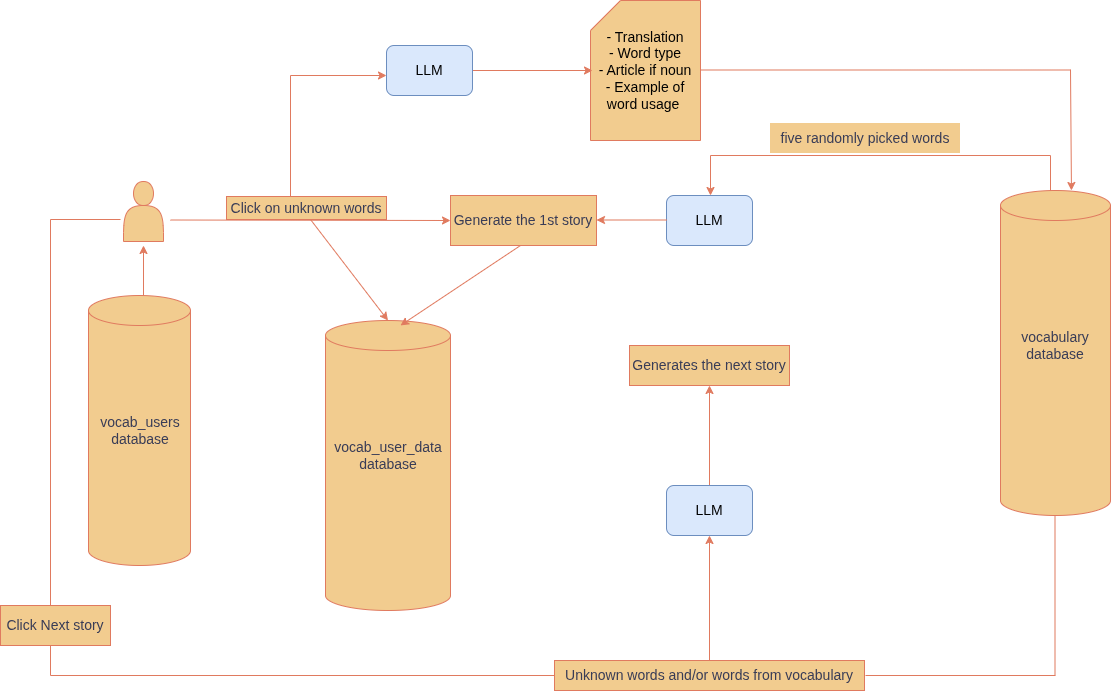
Above: assets/architektur.png in maly-phy/ki-generierte-geschichten-zum-sprache-lernen (draw.io), before the change. Source tidied: cells renumbered, new cells last; positions are measured from the earlier drawing's top-left corner, leaving out a move shared by most shapes.
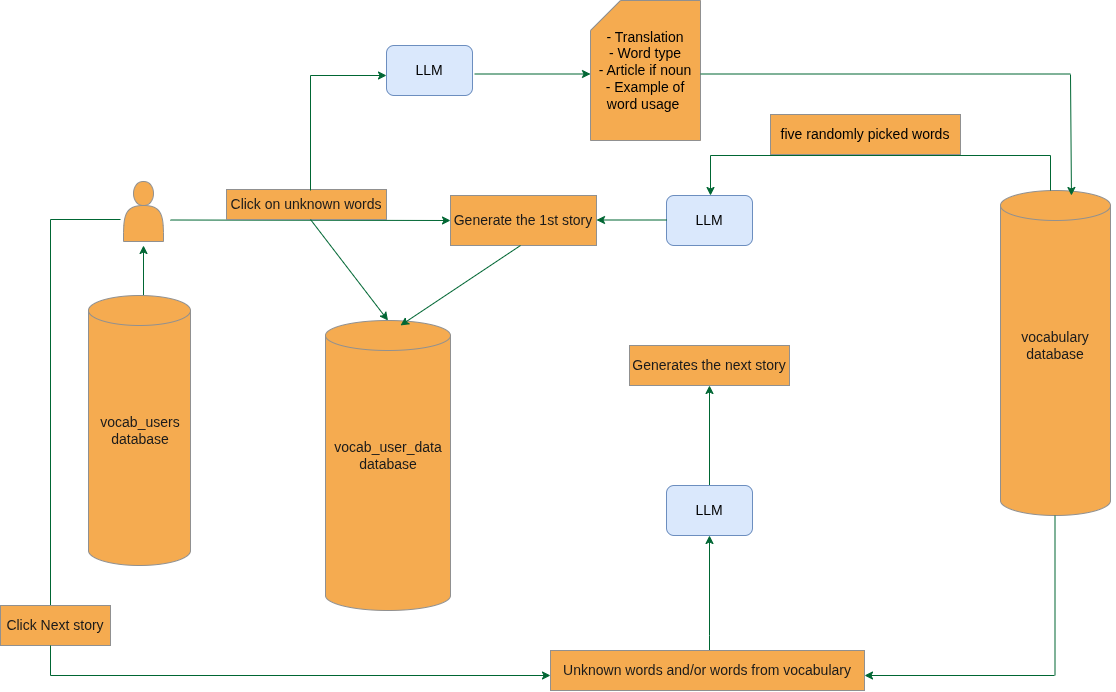
Above is the later version.

Commit message:
removing extra architecture images

What changed in the source:
```diff
@@ -4,6 +4,6 @@
     <mxCell id="1" parent="0" />
-    <mxCell id="2" style="shape=cylinder3;whiteSpace=wrap;html=1;boundedLbl=1;backgroundOutline=1;size=15;labelBackgroundColor=none;fillColor=#F2CC8F;strokeColor=#E07A5F;fontColor=#393C56;" parent="1" vertex="1">
+    <mxCell id="2" style="shape=cylinder3;whiteSpace=wrap;html=1;boundedLbl=1;backgroundOutline=1;size=15;labelBackgroundColor=none;fillColor=#F5AB50;strokeColor=#909090;fontColor=#1A1A1A;" parent="1" vertex="1">
       <mxGeometry x="1000" y="190" width="110" height="325" as="geometry" />
     </mxCell>
-    <mxCell id="3" value="&lt;font style=&quot;font-size: 14px;&quot;&gt;vocabulary&lt;/font&gt;&lt;div&gt;&lt;font style=&quot;font-size: 14px;&quot;&gt;database&lt;/font&gt;&lt;/div&gt;" style="whiteSpace=wrap;html=1;strokeColor=none;fillColor=none;labelBackgroundColor=none;fontColor=#393C56;" parent="1" vertex="1">
+    <mxCell id="3" value="&lt;font style=&quot;font-size: 14px;&quot;&gt;vocabulary&lt;/font&gt;&lt;div&gt;&lt;font style=&quot;font-size: 14px;&quot;&gt;database&lt;/font&gt;&lt;/div&gt;" style="whiteSpace=wrap;html=1;strokeColor=none;fillColor=none;labelBackgroundColor=none;fontColor=#1A1A1A;" parent="1" vertex="1">
       <mxGeometry x="995" y="315" width="120" height="60" as="geometry" />
@@ -13,3 +13,3 @@
     </mxCell>
-    <mxCell id="5" style="endArrow=none;html=1;rounded=0;labelBackgroundColor=none;fontColor=default;strokeColor=#E07A5F;" parent="1" edge="1">
+    <mxCell id="5" style="endArrow=none;html=1;rounded=0;labelBackgroundColor=none;fontColor=default;strokeColor=#006633;" parent="1" edge="1">
       <mxGeometry relative="1" as="geometry">
@@ -19,3 +19,3 @@
     </mxCell>
-    <mxCell id="6" style="endArrow=none;html=1;rounded=0;labelBackgroundColor=none;fontColor=default;strokeColor=#E07A5F;" parent="1" edge="1">
+    <mxCell id="6" style="endArrow=none;html=1;rounded=0;labelBackgroundColor=none;fontColor=default;strokeColor=#006633;" parent="1" edge="1">
       <mxGeometry relative="1" as="geometry">
@@ -25,3 +25,3 @@
     </mxCell>
-    <mxCell id="7" style="endArrow=classic;html=1;rounded=0;labelBackgroundColor=none;fontColor=default;strokeColor=#E07A5F;" parent="1" edge="1">
+    <mxCell id="7" style="endArrow=classic;html=1;rounded=0;labelBackgroundColor=none;fontColor=default;strokeColor=#006633;" parent="1" edge="1">
       <mxGeometry relative="1" as="geometry">
@@ -31,9 +31,9 @@
     </mxCell>
-    <mxCell id="8" value="&lt;font style=&quot;font-size: 14px;&quot;&gt;five randomly picked words&lt;/font&gt;" style="whiteSpace=wrap;html=1;strokeColor=none;labelBackgroundColor=none;fillColor=#F2CC8F;fontColor=#393C56;" parent="1" vertex="1">
-      <mxGeometry x="770" y="123" width="190" height="30" as="geometry" />
+    <mxCell id="8" value="&lt;font style=&quot;font-size: 14px; color: rgb(0, 0, 0);&quot;&gt;five randomly picked words&lt;/font&gt;" style="whiteSpace=wrap;html=1;strokeColor=#909090;labelBackgroundColor=none;fillColor=#F5AB50;fontColor=#1A1A1A;" parent="1" vertex="1">
+      <mxGeometry x="770" y="114" width="190" height="40" as="geometry" />
     </mxCell>
-    <mxCell id="9" value="&lt;font style=&quot;font-size: 14px;&quot;&gt;Generate the 1st story&lt;/font&gt;" style="rounded=0;whiteSpace=wrap;html=1;labelBackgroundColor=none;fillColor=#F2CC8F;strokeColor=#E07A5F;fontColor=#393C56;" parent="1" vertex="1">
+    <mxCell id="9" value="&lt;font style=&quot;font-size: 14px;&quot;&gt;Generate the 1st story&lt;/font&gt;" style="rounded=0;whiteSpace=wrap;html=1;labelBackgroundColor=none;fillColor=#F5AB50;strokeColor=#909090;fontColor=#1A1A1A;" parent="1" vertex="1">
       <mxGeometry x="450" y="195" width="146" height="50" as="geometry" />
     </mxCell>
-    <mxCell id="10" style="endArrow=classic;html=1;rounded=0;labelBackgroundColor=none;fontColor=default;strokeColor=#E07A5F;" parent="1" edge="1">
+    <mxCell id="10" style="endArrow=classic;html=1;rounded=0;labelBackgroundColor=none;fontColor=default;strokeColor=#006633;" parent="1" edge="1">
       <mxGeometry relative="1" as="geometry">
@@ -43,9 +43,9 @@
     </mxCell>
-    <mxCell id="11" style="sketch=0;fillColor=none;strokeColor=none;dashed=0;verticalLabelPosition=bottom;verticalAlign=top;align=center;html=1;fontSize=12;fontStyle=0;shape=mxgraph.aws4.user;labelBackgroundColor=none;fontColor=#393C56;" parent="1" vertex="1">
+    <mxCell id="11" style="sketch=0;fillColor=none;strokeColor=none;dashed=0;verticalLabelPosition=bottom;verticalAlign=top;align=center;html=1;fontSize=12;fontStyle=0;shape=mxgraph.aws4.user;labelBackgroundColor=none;fontColor=#1A1A1A;" parent="1" vertex="1">
       <mxGeometry x="80" y="153" width="78" height="78" as="geometry" />
     </mxCell>
-    <mxCell id="12" style="shape=actor;whiteSpace=wrap;html=1;labelBackgroundColor=none;fillColor=#F2CC8F;strokeColor=#E07A5F;fontColor=#393C56;" parent="1" vertex="1">
+    <mxCell id="12" style="shape=actor;whiteSpace=wrap;html=1;labelBackgroundColor=none;fillColor=#F5AB50;strokeColor=#909090;fontColor=#1A1A1A;" parent="1" vertex="1">
       <mxGeometry x="123" y="181" width="40" height="60" as="geometry" />
     </mxCell>
-    <mxCell id="13" style="endArrow=classic;html=1;rounded=0;entryX=0;entryY=0.5;entryDx=0;entryDy=0;labelBackgroundColor=none;fontColor=default;strokeColor=#E07A5F;" parent="1" edge="1" target="9">
+    <mxCell id="13" style="endArrow=classic;html=1;rounded=0;entryX=0;entryY=0.5;entryDx=0;entryDy=0;labelBackgroundColor=none;fontColor=default;strokeColor=#006633;" parent="1" edge="1" target="9">
       <mxGeometry relative="1" as="geometry">
@@ -54,6 +54,6 @@
     </mxCell>
-    <mxCell id="14" value="&lt;font style=&quot;font-size: 14px;&quot;&gt;Click on unknown words&lt;/font&gt;" style="whiteSpace=wrap;html=1;strokeColor=#E07A5F;labelBackgroundColor=none;fillColor=#F2CC8F;fontColor=#393C56;" parent="1" vertex="1">
-      <mxGeometry x="226" y="196" width="160" height="23" as="geometry" />
+    <mxCell id="14" value="&lt;font style=&quot;font-size: 14px;&quot;&gt;Click on unknown words&lt;/font&gt;" style="whiteSpace=wrap;html=1;labelBackgroundColor=none;fillColor=#F5AB50;strokeColor=#909090;fontColor=#1A1A1A;" parent="1" vertex="1">
+      <mxGeometry x="226" y="189" width="160" height="30" as="geometry" />
     </mxCell>
-    <mxCell id="15" style="edgeStyle=orthogonalEdgeStyle;rounded=0;orthogonalLoop=1;jettySize=auto;html=1;labelBackgroundColor=none;fontColor=default;strokeColor=#E07A5F;" parent="1" edge="1">
+    <mxCell id="15" style="edgeStyle=orthogonalEdgeStyle;rounded=0;orthogonalLoop=1;jettySize=auto;html=1;labelBackgroundColor=none;fontColor=default;strokeColor=#006633;" parent="1" edge="1">
       <mxGeometry relative="1" as="geometry">
@@ -63,18 +63,18 @@
     </mxCell>
-    <mxCell id="16" style="shape=cylinder3;whiteSpace=wrap;html=1;boundedLbl=1;backgroundOutline=1;size=15;labelBackgroundColor=none;fillColor=#F2CC8F;strokeColor=#E07A5F;fontColor=#393C56;" parent="1" vertex="1">
+    <mxCell id="16" style="shape=cylinder3;whiteSpace=wrap;html=1;boundedLbl=1;backgroundOutline=1;size=15;labelBackgroundColor=none;fillColor=#F5AB50;strokeColor=#909090;fontColor=#1A1A1A;" parent="1" vertex="1">
       <mxGeometry x="88" y="295" width="102" height="270" as="geometry" />
     </mxCell>
-    <mxCell id="17" value="&lt;span style=&quot;font-size: 14px;&quot;&gt;vocab_users database&lt;/span&gt;" style="whiteSpace=wrap;html=1;fillColor=none;strokeColor=none;labelBackgroundColor=none;fontColor=#393C56;" parent="1" vertex="1">
+    <mxCell id="17" value="&lt;span style=&quot;font-size: 14px;&quot;&gt;vocab_users database&lt;/span&gt;" style="whiteSpace=wrap;html=1;fillColor=none;strokeColor=none;labelBackgroundColor=none;fontColor=#1A1A1A;" parent="1" vertex="1">
       <mxGeometry x="80" y="400" width="120" height="60" as="geometry" />
     </mxCell>
-    <mxCell id="18" value="&lt;span style=&quot;font-size: 14px; background-color: transparent; color: light-dark(rgb(0, 0, 0), rgb(255, 255, 255));&quot;&gt;- Translation&lt;/span&gt;&lt;br&gt;&lt;span style=&quot;font-size: 14px; background-color: transparent; color: light-dark(rgb(0, 0, 0), rgb(255, 255, 255));&quot;&gt;- Word type&lt;/span&gt;&lt;br&gt;&lt;span style=&quot;font-size: 14px; background-color: transparent; color: light-dark(rgb(0, 0, 0), rgb(255, 255, 255));&quot;&gt;- Article if noun&lt;/span&gt;&lt;br&gt;&lt;span style=&quot;font-size: 14px; background-color: transparent; color: light-dark(rgb(0, 0, 0), rgb(255, 255, 255));&quot;&gt;- Example of word usage&amp;nbsp;&lt;/span&gt;" style="shape=card;whiteSpace=wrap;html=1;align=center;labelBackgroundColor=none;fillColor=#F2CC8F;strokeColor=#E07A5F;fontColor=#393C56;" parent="1" vertex="1">
+    <mxCell id="18" value="&lt;span style=&quot;font-size: 14px; background-color: transparent; color: light-dark(rgb(0, 0, 0), rgb(255, 255, 255));&quot;&gt;- Translation&lt;/span&gt;&lt;br&gt;&lt;span style=&quot;font-size: 14px; background-color: transparent; color: light-dark(rgb(0, 0, 0), rgb(255, 255, 255));&quot;&gt;- Word type&lt;/span&gt;&lt;br&gt;&lt;span style=&quot;font-size: 14px; background-color: transparent; color: light-dark(rgb(0, 0, 0), rgb(255, 255, 255));&quot;&gt;- Article if noun&lt;/span&gt;&lt;br&gt;&lt;span style=&quot;font-size: 14px; background-color: transparent; color: light-dark(rgb(0, 0, 0), rgb(255, 255, 255));&quot;&gt;- Example of word usage&amp;nbsp;&lt;/span&gt;" style="shape=card;whiteSpace=wrap;html=1;align=center;labelBackgroundColor=none;fillColor=#F5AB50;strokeColor=#909090;fontColor=#1A1A1A;" parent="1" vertex="1">
       <mxGeometry x="590" width="110" height="140" as="geometry" />
     </mxCell>
-    <mxCell id="19" style="shape=cylinder3;whiteSpace=wrap;html=1;boundedLbl=1;backgroundOutline=1;size=15;labelBackgroundColor=none;fillColor=#F2CC8F;strokeColor=#E07A5F;fontColor=#393C56;" parent="1" vertex="1">
+    <mxCell id="19" style="shape=cylinder3;whiteSpace=wrap;html=1;boundedLbl=1;backgroundOutline=1;size=15;labelBackgroundColor=none;fillColor=#F5AB50;strokeColor=#909090;fontColor=#1A1A1A;" parent="1" vertex="1">
       <mxGeometry x="325" y="320" width="125" height="290" as="geometry" />
     </mxCell>
-    <mxCell id="20" value="&lt;span style=&quot;font-size: 14px;&quot;&gt;vocab_user_data database&lt;/span&gt;" style="whiteSpace=wrap;html=1;fillColor=none;strokeColor=none;labelBackgroundColor=none;fontColor=#393C56;" parent="1" vertex="1">
+    <mxCell id="20" value="&lt;span style=&quot;font-size: 14px;&quot;&gt;vocab_user_data database&lt;/span&gt;" style="whiteSpace=wrap;html=1;fillColor=none;strokeColor=none;labelBackgroundColor=none;fontColor=#1A1A1A;" parent="1" vertex="1">
       <mxGeometry x="327.5" y="425" width="120" height="60" as="geometry" />
     </mxCell>
-    <mxCell id="21" style="endArrow=none;html=1;rounded=0;labelBackgroundColor=none;fontColor=default;strokeColor=#E07A5F;" parent="1" edge="1">
+    <mxCell id="21" style="endArrow=none;html=1;rounded=0;labelBackgroundColor=none;fontColor=default;strokeColor=#006633;" parent="1" edge="1">
       <mxGeometry relative="1" as="geometry">
@@ -84,3 +84,3 @@
     </mxCell>
-    <mxCell id="22" style="endArrow=none;html=1;rounded=0;labelBackgroundColor=none;fontColor=default;strokeColor=#E07A5F;" parent="1" edge="1">
+    <mxCell id="22" style="endArrow=none;html=1;rounded=0;labelBackgroundColor=none;fontColor=default;strokeColor=#006633;" parent="1" edge="1">
       <mxGeometry relative="1" as="geometry">
@@ -90,6 +90,6 @@
     </mxCell>
-    <mxCell id="23" value="&lt;font style=&quot;font-size: 14px;&quot;&gt;Click Next story&lt;/font&gt;" style="rounded=0;whiteSpace=wrap;html=1;labelBackgroundColor=none;fillColor=#F2CC8F;strokeColor=#E07A5F;fontColor=#393C56;" parent="1" vertex="1">
+    <mxCell id="23" value="&lt;font style=&quot;font-size: 14px;&quot;&gt;Click Next story&lt;/font&gt;" style="rounded=0;whiteSpace=wrap;html=1;labelBackgroundColor=none;fillColor=#F5AB50;strokeColor=#909090;fontColor=#1A1A1A;" parent="1" vertex="1">
       <mxGeometry y="605" width="110" height="40" as="geometry" />
     </mxCell>
-    <mxCell id="24" style="endArrow=none;html=1;rounded=0;labelBackgroundColor=none;fontColor=default;strokeColor=#E07A5F;" parent="1" edge="1">
+    <mxCell id="24" style="endArrow=none;html=1;rounded=0;labelBackgroundColor=none;fontColor=default;strokeColor=#006633;" parent="1" edge="1">
       <mxGeometry relative="1" as="geometry">
@@ -99,15 +99,20 @@
     </mxCell>
-    <mxCell id="25" style="endArrow=none;html=1;rounded=0;entryX=0;entryY=0.5;entryDx=0;entryDy=0;labelBackgroundColor=none;fontColor=default;strokeColor=#E07A5F;" parent="1" edge="1">
+    <mxCell id="25" style="endArrow=classic;html=1;rounded=0;entryX=0;entryY=0.5;entryDx=0;entryDy=0;labelBackgroundColor=none;fontColor=default;strokeColor=#006633;endFill=1;" parent="1" edge="1">
       <mxGeometry relative="1" as="geometry">
         <mxPoint x="50" y="675" as="sourcePoint" />
-        <mxPoint x="554" y="675" as="targetPoint" />
+        <mxPoint x="550" y="675" as="targetPoint" />
       </mxGeometry>
     </mxCell>
-    <mxCell id="26" style="edgeStyle=orthogonalEdgeStyle;rounded=0;jettySize=auto;html=1;entryX=0.5;entryY=1;entryDx=0;entryDy=0;labelBackgroundColor=none;strokeColor=#E07A5F;fontColor=default;" parent="1" edge="1" source="27" target="31">
-      <mxGeometry relative="1" as="geometry" />
+    <mxCell id="26" style="edgeStyle=orthogonalEdgeStyle;rounded=0;jettySize=auto;html=1;entryX=0.5;entryY=1;entryDx=0;entryDy=0;labelBackgroundColor=none;fontColor=default;strokeColor=#006633;" parent="1" edge="1" source="27" target="31">
+      <mxGeometry relative="1" as="geometry">
+        <Array as="points">
+          <mxPoint x="709" y="635" />
+          <mxPoint x="709" y="635" />
+        </Array>
+      </mxGeometry>
     </mxCell>
-    <mxCell id="27" value="&lt;font style=&quot;font-size: 14px;&quot;&gt;Unknown words and/or words from vocabulary&lt;/font&gt;" style="rounded=0;whiteSpace=wrap;html=1;labelBackgroundColor=none;fillColor=#F2CC8F;strokeColor=#E07A5F;fontColor=#393C56;" parent="1" vertex="1">
-      <mxGeometry x="554" y="660" width="310" height="30" as="geometry" />
+    <mxCell id="27" value="&lt;font style=&quot;font-size: 14px;&quot;&gt;Unknown words and/or words from vocabulary&lt;/font&gt;" style="rounded=0;whiteSpace=wrap;html=1;labelBackgroundColor=none;fillColor=#F5AB50;strokeColor=#909090;fontColor=#1A1A1A;" parent="1" vertex="1">
+      <mxGeometry x="550" y="650" width="314" height="40" as="geometry" />
     </mxCell>
-    <mxCell id="28" style="endArrow=none;html=1;rounded=0;labelBackgroundColor=none;fontColor=default;strokeColor=#E07A5F;" parent="1" edge="1">
+    <mxCell id="28" style="endArrow=none;html=1;rounded=0;labelBackgroundColor=none;fontColor=default;strokeColor=#006633;" parent="1" edge="1">
       <mxGeometry relative="1" as="geometry">
@@ -117,9 +122,9 @@
     </mxCell>
-    <mxCell id="29" style="endArrow=none;html=1;rounded=0;exitX=1;exitY=0.5;exitDx=0;exitDy=0;labelBackgroundColor=none;fontColor=default;strokeColor=#E07A5F;" parent="1" edge="1">
+    <mxCell id="29" style="endArrow=none;html=1;rounded=0;exitX=1;exitY=0.5;exitDx=0;exitDy=0;labelBackgroundColor=none;fontColor=default;strokeColor=#006633;startArrow=classic;startFill=1;" parent="1" edge="1">
       <mxGeometry relative="1" as="geometry">
-        <mxPoint x="865" y="675" as="sourcePoint" />
-        <mxPoint x="1055" y="675" as="targetPoint" />
+        <mxPoint x="864" y="675" as="sourcePoint" />
+        <mxPoint x="1054" y="675" as="targetPoint" />
       </mxGeometry>
     </mxCell>
-    <mxCell id="30" style="edgeStyle=orthogonalEdgeStyle;rounded=0;jettySize=auto;html=1;entryX=0.5;entryY=1;entryDx=0;entryDy=0;labelBackgroundColor=none;fontColor=default;strokeColor=#E07A5F;" parent="1" edge="1" source="31" target="32">
+    <mxCell id="30" style="edgeStyle=orthogonalEdgeStyle;rounded=0;jettySize=auto;html=1;entryX=0.5;entryY=1;entryDx=0;entryDy=0;labelBackgroundColor=none;fontColor=default;strokeColor=#006633;" parent="1" edge="1" source="31" target="32">
       <mxGeometry relative="1" as="geometry" />
@@ -129,6 +134,6 @@
     </mxCell>
-    <mxCell id="32" value="&lt;font style=&quot;font-size: 14px;&quot;&gt;Generates the next story&lt;/font&gt;" style="rounded=0;whiteSpace=wrap;html=1;labelBackgroundColor=none;fillColor=#F2CC8F;strokeColor=#E07A5F;fontColor=#393C56;" parent="1" vertex="1">
+    <mxCell id="32" value="&lt;font style=&quot;font-size: 14px;&quot;&gt;Generates the next story&lt;/font&gt;" style="rounded=0;whiteSpace=wrap;html=1;labelBackgroundColor=none;fillColor=#F5AB50;strokeColor=#909090;fontColor=#1A1A1A;" parent="1" vertex="1">
       <mxGeometry x="629" y="345" width="160" height="40" as="geometry" />
     </mxCell>
-    <mxCell id="33" style="endArrow=classic;html=1;rounded=0;entryX=0.6;entryY=0.017;entryDx=0;entryDy=0;entryPerimeter=0;labelBackgroundColor=none;strokeColor=#E07A5F;fontColor=default;" parent="1" edge="1" target="19">
+    <mxCell id="33" style="endArrow=classic;html=1;rounded=0;entryX=0.6;entryY=0.017;entryDx=0;entryDy=0;entryPerimeter=0;labelBackgroundColor=none;fontColor=default;strokeColor=#006633;" parent="1" edge="1" target="19">
       <mxGeometry relative="1" as="geometry">
@@ -137,3 +142,3 @@
     </mxCell>
-    <mxCell id="34" style="endArrow=classic;html=1;rounded=0;entryX=0.5;entryY=0;entryDx=0;entryDy=0;entryPerimeter=0;labelBackgroundColor=none;strokeColor=#E07A5F;fontColor=default;" parent="1" edge="1" target="19">
+    <mxCell id="34" style="endArrow=classic;html=1;rounded=0;entryX=0.5;entryY=0;entryDx=0;entryDy=0;entryPerimeter=0;labelBackgroundColor=none;fontColor=default;strokeColor=#006633;" parent="1" edge="1" target="19">
       <mxGeometry relative="1" as="geometry">
@@ -142,6 +147,5 @@
     </mxCell>
-    <mxCell id="35" style="edgeStyle=orthogonalEdgeStyle;rounded=0;orthogonalLoop=1;jettySize=auto;html=1;labelBackgroundColor=none;strokeColor=#E07A5F;fontColor=default;" parent="1" edge="1">
+    <mxCell id="35" style="edgeStyle=orthogonalEdgeStyle;rounded=0;jettySize=auto;html=1;labelBackgroundColor=none;fontColor=default;entryX=0;entryY=0.525;entryDx=0;entryDy=0;entryPerimeter=0;strokeColor=#006633;" parent="1" edge="1" target="18">
       <mxGeometry relative="1" as="geometry">
-        <mxPoint x="464" y="70" as="sourcePoint" />
-        <mxPoint x="592" y="70" as="targetPoint" />
+        <mxPoint x="474" y="73.5" as="sourcePoint" />
       </mxGeometry>
@@ -151,11 +155,5 @@
     </mxCell>
-    <mxCell id="37" style="endArrow=none;html=1;rounded=0;labelBackgroundColor=none;strokeColor=#E07A5F;fontColor=default;" parent="1" edge="1">
-      <mxGeometry relative="1" as="geometry">
-        <mxPoint x="290" y="196" as="sourcePoint" />
-        <mxPoint x="290" y="75" as="targetPoint" />
-      </mxGeometry>
-    </mxCell>
-    <mxCell id="38" style="endArrow=classic;html=1;rounded=0;labelBackgroundColor=none;strokeColor=#E07A5F;fontColor=default;" parent="1" edge="1">
+    <mxCell id="38" style="endArrow=classic;html=1;rounded=0;labelBackgroundColor=none;fontColor=default;strokeColor=#006633;" parent="1" edge="1">
       <mxGeometry relative="1" as="geometry">
-        <mxPoint x="290" y="75" as="sourcePoint" />
+        <mxPoint x="310" y="75" as="sourcePoint" />
         <mxPoint x="386" y="75" as="targetPoint" />
@@ -163,13 +161,20 @@
     </mxCell>
-    <mxCell id="39" style="endArrow=none;html=1;rounded=0;labelBackgroundColor=none;strokeColor=#E07A5F;fontColor=default;" parent="1" edge="1">
+    <mxCell id="39" style="endArrow=none;html=1;rounded=0;labelBackgroundColor=none;fontColor=default;strokeColor=#006633;fillColor=#f8cecc;" parent="1" edge="1">
       <mxGeometry relative="1" as="geometry">
-        <mxPoint x="700" y="69.5" as="sourcePoint" />
-        <mxPoint x="1070" y="69.5" as="targetPoint" />
+        <mxPoint x="700" y="73.5" as="sourcePoint" />
+        <mxPoint x="1070" y="73.5" as="targetPoint" />
       </mxGeometry>
     </mxCell>
-    <mxCell id="40" style="endArrow=classic;html=1;rounded=0;entryX=0.645;entryY=0;entryDx=0;entryDy=0;entryPerimeter=0;labelBackgroundColor=none;strokeColor=#E07A5F;fontColor=default;" parent="1" edge="1" target="2">
+    <mxCell id="40" style="endArrow=classic;html=1;rounded=0;entryX=0.645;entryY=0;entryDx=0;entryDy=0;entryPerimeter=0;labelBackgroundColor=none;fontColor=default;strokeColor=#006633;" parent="1" edge="1">
       <mxGeometry relative="1" as="geometry">
-        <mxPoint x="1070" y="69" as="sourcePoint" />
+        <mxPoint x="1070" y="74" as="sourcePoint" />
+        <mxPoint x="1070.9" y="195" as="targetPoint" />
       </mxGeometry>
     </mxCell>
+    <mxCell id="41" style="endArrow=none;html=1;rounded=0;fontColor=default;labelBackgroundColor=none;strokeColor=#006633;" parent="1" edge="1">
+      <mxGeometry relative="1" as="geometry">
+        <mxPoint x="310" y="190" as="sourcePoint" />
+        <mxPoint x="310" y="75" as="targetPoint" />
+      </mxGeometry>
+    </mxCell>
   </root>
```
